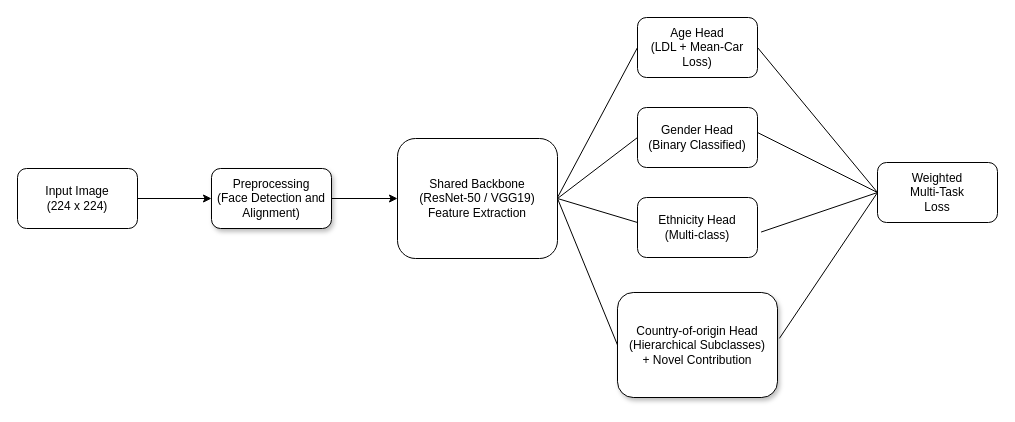
Above: Thesis_Methodology_Frameworl.drawio in neelislam/Draw.io-Diagrams (draw.io), before the change. Source tidied: cells renumbered, new cells numbered last; positions are measured from the earlier drawing's top-left corner, leaving out a move shared by most shapes. Both pictures are drawn from the tidied source at 100%, with x=0, y=0 at pixel (17, 17).
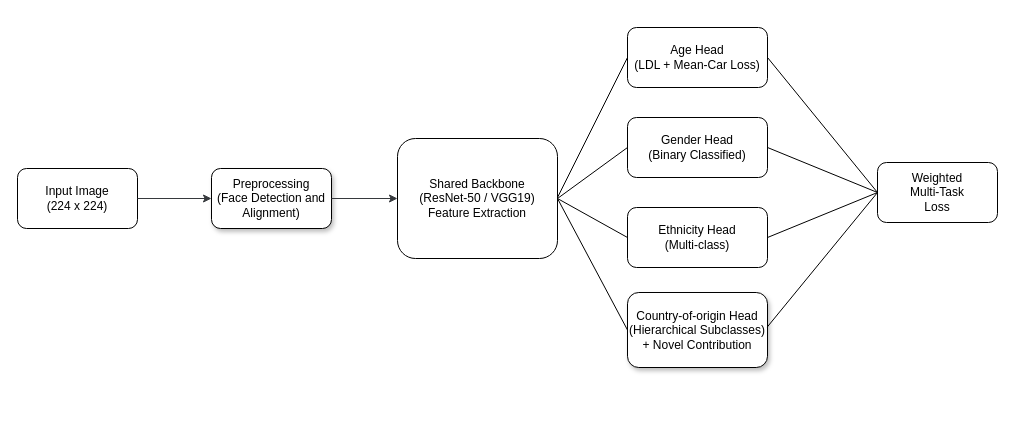
The same diagram, later.

Unchanged cells that the change refers to:
```xml
<mxCell id="2" value="Input Image&lt;div&gt;(224 x 224)&lt;/div&gt;" style="rounded=1;whiteSpace=wrap;html=1;fillColor=light-dark(#FFFFFF,#EA6B66);" parent="1" vertex="1">
  <mxGeometry y="151" width="120" height="60" as="geometry" />
</mxCell>
<mxCell id="3" value="Preprocessing&lt;div&gt;(Face Detection and Alignment)&lt;/div&gt;" style="rounded=1;whiteSpace=wrap;html=1;shadow=1;fillColor=light-dark(#FFFFFF,#EA6B66);" parent="1" vertex="1">
  <mxGeometry x="194" y="151" width="120" height="60" as="geometry" />
</mxCell>
<mxCell id="4" value="Shared Backbone&lt;div&gt;(ResNet-50 / VGG19)&lt;/div&gt;&lt;div&gt;Feature Extraction&lt;/div&gt;" style="rounded=1;whiteSpace=wrap;html=1;fillColor=light-dark(#FFFFFF,#A680B8);" parent="1" vertex="1">
  <mxGeometry x="380" y="121" width="160" height="120" as="geometry" />
</mxCell>
<mxCell id="9" value="Weighted&lt;div&gt;Multi-Task&lt;/div&gt;&lt;div&gt;Loss&lt;/div&gt;" style="rounded=1;whiteSpace=wrap;html=1;fillColor=light-dark(#FFFFFF,#A680B8);" parent="1" vertex="1">
  <mxGeometry x="860" y="145" width="120" height="60" as="geometry" />
</mxCell>
```

Change to the diagram source:
```diff
@@
     <mxCell id="5" value="Age Head&lt;div&gt;(LDL + Mean-Car Loss)&lt;/div&gt;" style="rounded=1;whiteSpace=wrap;html=1;fillColor=light-dark(#FFFFFF,#67AB9F);" parent="1" vertex="1">
-      <mxGeometry x="620" width="120" height="60" as="geometry" />
+      <mxGeometry x="610" y="10" width="140" height="60" as="geometry" />
     </mxCell>
     <mxCell id="6" value="Gender Head&lt;div&gt;(Binary Classified)&lt;/div&gt;" style="rounded=1;whiteSpace=wrap;html=1;fillColor=light-dark(#FFFFFF,#67AB9F);" parent="1" vertex="1">
-      <mxGeometry x="620" y="90" width="120" height="60" as="geometry" />
+      <mxGeometry x="610" y="100" width="140" height="60" as="geometry" />
     </mxCell>
     <mxCell id="7" value="Ethnicity Head&lt;div&gt;(Multi-class)&lt;/div&gt;" style="rounded=1;whiteSpace=wrap;html=1;fillColor=light-dark(#FFFFFF,#67AB9F);" parent="1" vertex="1">
-      <mxGeometry x="620" y="180" width="120" height="60" as="geometry" />
+      <mxGeometry x="610" y="190" width="140" height="60" as="geometry" />
     </mxCell>
     <mxCell id="8" value="Country-of-origin Head&lt;div&gt;(Hierarchical Subclasses)&lt;/div&gt;&lt;div&gt;+ Novel Contribution&lt;/div&gt;" style="rounded=1;whiteSpace=wrap;html=1;shadow=1;fillColor=light-dark(#FFFFFF,#67AB9F);" parent="1" vertex="1">
-      <mxGeometry x="600" y="275" width="160" height="105" as="geometry" />
+      <mxGeometry x="610" y="275" width="140" height="75" as="geometry" />
     </mxCell>
@@
-    <mxCell id="10" style="endArrow=none;html=1;rounded=0;exitX=1;exitY=0.5;exitDx=0;exitDy=0;entryX=0;entryY=0.5;entryDx=0;entryDy=0;" parent="1" edge="1" source="5" target="9">
+    <mxCell id="10" style="endArrow=none;html=1;rounded=0;exitX=1;exitY=0.5;exitDx=0;exitDy=0;entryX=0;entryY=0.5;entryDx=0;entryDy=0;strokeColor=light-dark(#000000,#FF0000);" parent="1" edge="1" source="5" target="9">
       <mxGeometry relative="1" as="geometry" />
     </mxCell>
-    <mxCell id="11" style="endArrow=none;html=1;rounded=0;entryX=0;entryY=0.5;entryDx=0;entryDy=0;" parent="1" edge="1" target="9">
-      <mxGeometry relative="1" as="geometry">
-        <mxPoint x="740" y="115" as="sourcePoint" />
-      </mxGeometry>
+    <mxCell id="11" style="endArrow=none;html=1;rounded=0;entryX=0;entryY=0.5;entryDx=0;entryDy=0;exitX=1;exitY=0.5;exitDx=0;exitDy=0;strokeColor=light-dark(#000000,#FF0000);" parent="1" edge="1" source="6" target="9">
+      <mxGeometry relative="1" as="geometry" />
     </mxCell>
-    <mxCell id="12" style="endArrow=none;html=1;rounded=0;exitX=1.03;exitY=0.576;exitDx=0;exitDy=0;exitPerimeter=0;entryX=0;entryY=0.5;entryDx=0;entryDy=0;" parent="1" edge="1" source="7" target="9">
+    <mxCell id="12" style="endArrow=none;html=1;rounded=0;exitX=1;exitY=0.5;exitDx=0;exitDy=0;entryX=0;entryY=0.5;entryDx=0;entryDy=0;strokeColor=light-dark(#000000,#FF0000);" parent="1" edge="1" source="7" target="9">
       <mxGeometry relative="1" as="geometry" />
     </mxCell>
-    <mxCell id="13" style="endArrow=none;html=1;rounded=0;exitX=1.012;exitY=0.437;exitDx=0;exitDy=0;exitPerimeter=0;entryX=0;entryY=0.5;entryDx=0;entryDy=0;" parent="1" edge="1" source="8" target="9">
+    <mxCell id="13" style="endArrow=none;html=1;rounded=0;exitX=0.998;exitY=0.461;exitDx=0;exitDy=0;exitPerimeter=0;entryX=0;entryY=0.5;entryDx=0;entryDy=0;strokeColor=light-dark(#000000,#CC0000);" parent="1" edge="1" source="8" target="9">
       <mxGeometry relative="1" as="geometry" />
     </mxCell>
-    <mxCell id="14" style="endArrow=none;html=1;rounded=0;entryX=0;entryY=0.5;entryDx=0;entryDy=0;" parent="1" edge="1" target="5">
+    <mxCell id="14" style="endArrow=none;html=1;rounded=0;entryX=0;entryY=0.5;entryDx=0;entryDy=0;strokeColor=light-dark(#000000,#FF0000);" parent="1" edge="1" target="5">
       <mxGeometry relative="1" as="geometry">
         <mxPoint x="540" y="180" as="sourcePoint" />
       </mxGeometry>
     </mxCell>
-    <mxCell id="15" style="endArrow=none;html=1;rounded=0;exitX=1;exitY=0.5;exitDx=0;exitDy=0;entryX=0;entryY=0.5;entryDx=0;entryDy=0;" parent="1" edge="1" source="4" target="6">
+    <mxCell id="15" style="endArrow=none;html=1;rounded=0;exitX=1;exitY=0.5;exitDx=0;exitDy=0;entryX=0;entryY=0.5;entryDx=0;entryDy=0;strokeColor=light-dark(#000000,#FF0000);" parent="1" edge="1" source="4" target="6">
       <mxGeometry relative="1" as="geometry" />
     </mxCell>
-    <mxCell id="16" style="endArrow=none;html=1;rounded=0;exitX=1;exitY=0.5;exitDx=0;exitDy=0;" parent="1" edge="1" source="4">
-      <mxGeometry relative="1" as="geometry">
-        <mxPoint x="620" y="205" as="targetPoint" />
-      </mxGeometry>
+    <mxCell id="16" style="endArrow=none;html=1;rounded=0;exitX=1;exitY=0.5;exitDx=0;exitDy=0;entryX=0;entryY=0.5;entryDx=0;entryDy=0;strokeColor=light-dark(#000000,#FF0000);" parent="1" edge="1" source="4" target="7">
+      <mxGeometry relative="1" as="geometry" />
     </mxCell>
-    <mxCell id="17" style="endArrow=none;html=1;rounded=0;entryX=1;entryY=0.5;entryDx=0;entryDy=0;exitX=0;exitY=0.5;exitDx=0;exitDy=0;" parent="1" edge="1" source="8" target="4">
+    <mxCell id="17" style="endArrow=none;html=1;rounded=0;entryX=1;entryY=0.5;entryDx=0;entryDy=0;exitX=0;exitY=0.5;exitDx=0;exitDy=0;strokeColor=light-dark(#000000,#CC0000);" parent="1" edge="1" source="8" target="4">
       <mxGeometry relative="1" as="geometry" />
     </mxCell>
-    <mxCell id="18" style="endArrow=classic;html=1;rounded=0;exitX=1;exitY=0.5;exitDx=0;exitDy=0;entryX=0;entryY=0.5;entryDx=0;entryDy=0;" parent="1" edge="1" source="3" target="4">
+    <mxCell id="18" style="endArrow=classic;html=1;rounded=0;exitX=1;exitY=0.5;exitDx=0;exitDy=0;entryX=0;entryY=0.5;entryDx=0;entryDy=0;fillColor=#ffcccc;strokeColor=light-dark(#36393D,#FF0000);" parent="1" edge="1" source="3" target="4">
       <mxGeometry relative="1" as="geometry" />
     </mxCell>
-    <mxCell id="19" style="endArrow=classic;html=1;rounded=0;exitX=1;exitY=0.5;exitDx=0;exitDy=0;entryX=0;entryY=0.5;entryDx=0;entryDy=0;" parent="1" edge="1" source="2" target="3">
+    <mxCell id="19" style="endArrow=classic;html=1;rounded=0;exitX=1;exitY=0.5;exitDx=0;exitDy=0;entryX=0;entryY=0.5;entryDx=0;entryDy=0;fillColor=light-dark(#CDEB8B,#00FF00);strokeColor=light-dark(#36393D,#FF3333);" parent="1" edge="1" source="2" target="3">
       <mxGeometry relative="1" as="geometry" />
     </mxCell>
```
